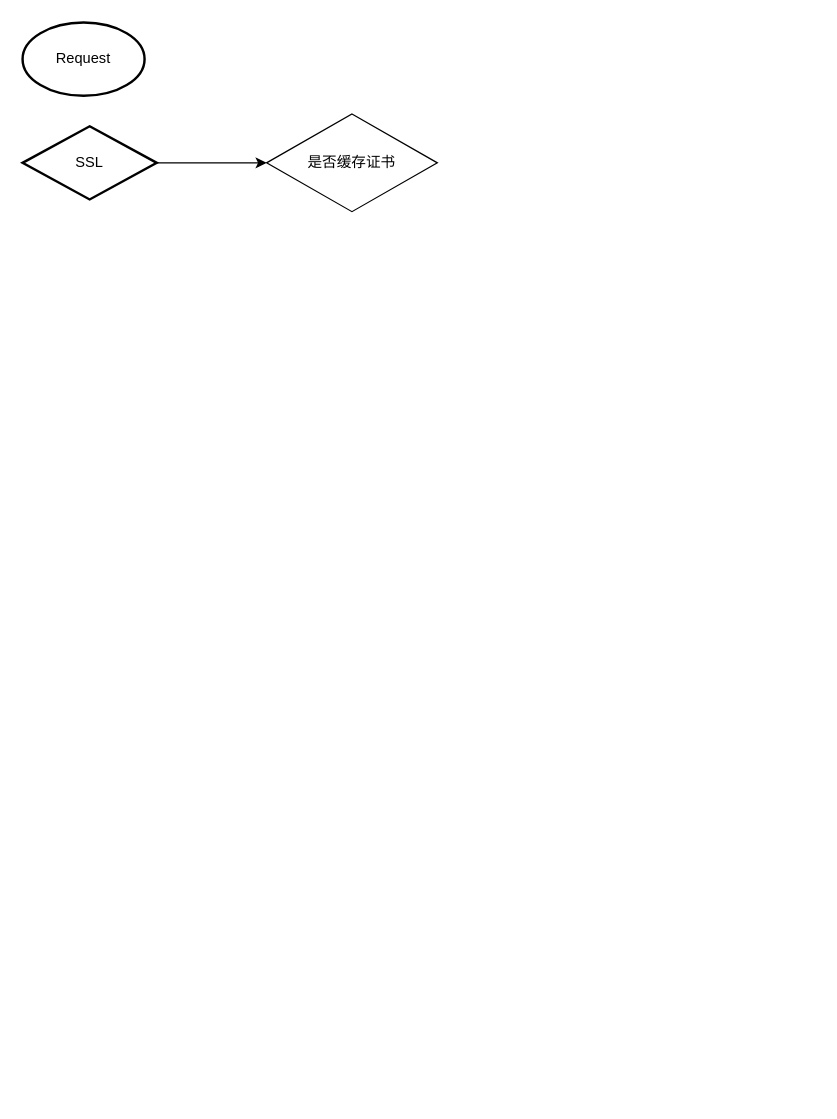
Before: 流程图.drawio in penndev/wafcdn, a draw.io diagram. Source tidied: cells renumbered, new cells numbered last; positions are measured from the earlier drawing's top-left corner, leaving out a move shared by most shapes. Both pictures are drawn from the tidied source at 122%, with x=0, y=0 at pixel (22, 22).
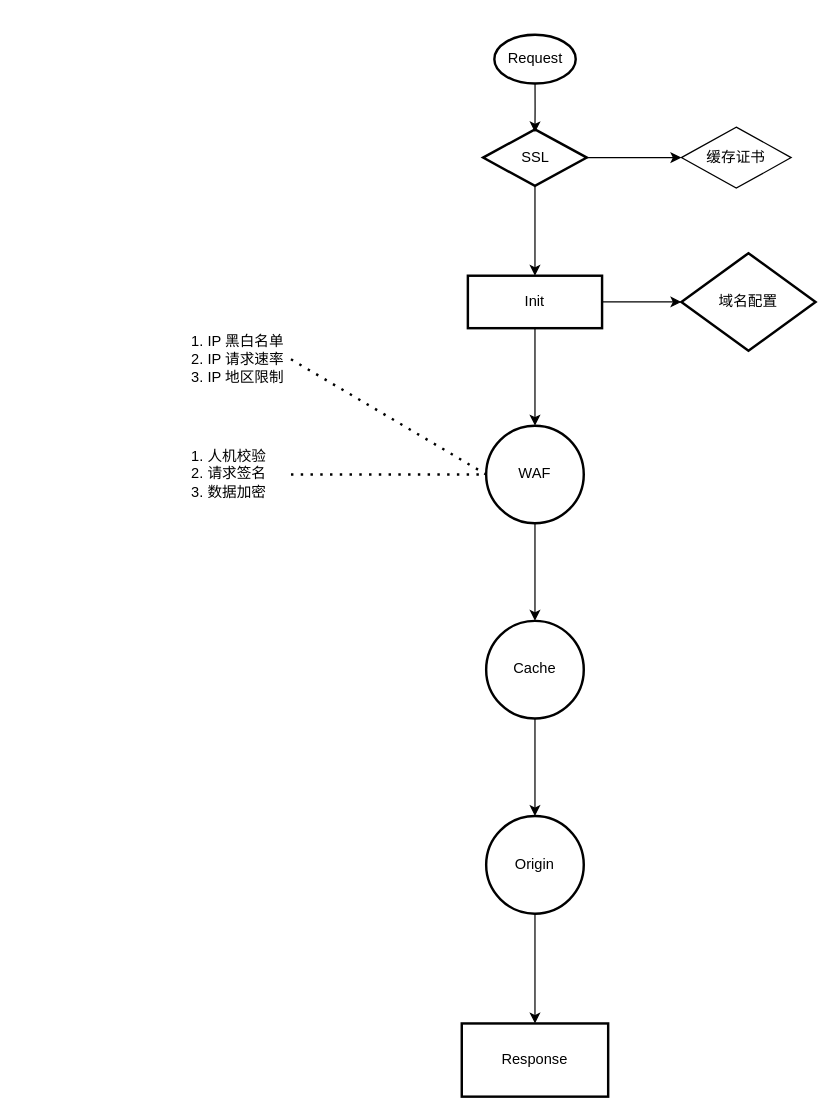
Above is the later version.

Change to the diagram source:
```diff
@@
-    <mxCell id="2" value="Request" style="strokeWidth=2;html=1;shape=mxgraph.flowchart.start_1;whiteSpace=wrap;" parent="1" vertex="1">
-      <mxGeometry width="100" height="60" as="geometry" />
+    <mxCell id="2" value="Request" style="strokeWidth=2;html=1;shape=mxgraph.flowchart.start_1;whiteSpace=wrap;labelBackgroundColor=none;" parent="1" vertex="1">
+      <mxGeometry x="386.7" y="10" width="66.7" height="40" as="geometry" />
     </mxCell>
-    <mxCell id="3" style="edgeStyle=orthogonalEdgeStyle;rounded=0;jettySize=auto;html=1;" parent="1" edge="1" source="4" target="5">
+    <mxCell id="3" style="edgeStyle=orthogonalEdgeStyle;rounded=0;jettySize=auto;html=1;labelBackgroundColor=none;fontColor=default;" parent="1" edge="1" source="4" target="5">
       <mxGeometry relative="1" as="geometry" />
     </mxCell>
+    <mxCell id="6" style="edgeStyle=orthogonalEdgeStyle;rounded=0;jettySize=auto;html=1;" parent="1" edge="1" source="4" target="9">
+      <mxGeometry relative="1" as="geometry" />
+    </mxCell>
-    <mxCell id="4" value="SSL" style="strokeWidth=2;html=1;shape=mxgraph.flowchart.decision;whiteSpace=wrap;" parent="1" vertex="1">
-      <mxGeometry y="85" width="110" height="60" as="geometry" />
+    <mxCell id="4" value="SSL" style="strokeWidth=2;html=1;shape=mxgraph.flowchart.decision;whiteSpace=wrap;labelBackgroundColor=none;" parent="1" vertex="1">
+      <mxGeometry x="377.5" y="87.5" width="85" height="46.4" as="geometry" />
     </mxCell>
-    <mxCell id="5" value="是否缓存证书" style="rhombus;whiteSpace=wrap;html=1;" parent="1" vertex="1">
-      <mxGeometry x="200" y="75" width="140" height="80" as="geometry" />
+    <mxCell id="5" value="缓存证书" style="rhombus;whiteSpace=wrap;html=1;labelBackgroundColor=none;" parent="1" vertex="1">
+      <mxGeometry x="540" y="85.7" width="90" height="50" as="geometry" />
     </mxCell>
+    <mxCell id="7" style="edgeStyle=orthogonalEdgeStyle;rounded=0;jettySize=auto;html=1;" parent="1" edge="1" source="9" target="11">
+      <mxGeometry relative="1" as="geometry" />
+    </mxCell>
+    <mxCell id="8" style="edgeStyle=orthogonalEdgeStyle;rounded=0;jettySize=auto;html=1;" parent="1" edge="1" source="9" target="13">
+      <mxGeometry relative="1" as="geometry" />
+    </mxCell>
+    <mxCell id="9" value="Init" style="whiteSpace=wrap;html=1;strokeWidth=2;labelBackgroundColor=none;align=center;" parent="1" vertex="1">
+      <mxGeometry x="365" y="207.5" width="110" height="43" as="geometry" />
+    </mxCell>
+    <mxCell id="10" style="edgeStyle=orthogonalEdgeStyle;rounded=0;jettySize=auto;html=1;exitX=0.5;exitY=1;exitDx=0;exitDy=0;exitPerimeter=0;" parent="1" edge="1" source="2">
+      <mxGeometry relative="1" as="geometry">
+        <mxPoint x="420" y="90" as="targetPoint" />
+      </mxGeometry>
+    </mxCell>
+    <mxCell id="11" value="域名配置" style="rhombus;whiteSpace=wrap;html=1;strokeWidth=2;labelBackgroundColor=none;" parent="1" vertex="1">
+      <mxGeometry x="540" y="189" width="110" height="80" as="geometry" />
+    </mxCell>
+    <mxCell id="12" style="edgeStyle=orthogonalEdgeStyle;rounded=0;jettySize=auto;html=1;" parent="1" edge="1" source="13" target="15">
+      <mxGeometry relative="1" as="geometry" />
+    </mxCell>
+    <mxCell id="13" value="WAF" style="ellipse;whiteSpace=wrap;html=1;strokeWidth=2;labelBackgroundColor=none;" parent="1" vertex="1">
+      <mxGeometry x="380" y="330.4" width="80" height="80" as="geometry" />
+    </mxCell>
+    <mxCell id="14" style="edgeStyle=orthogonalEdgeStyle;rounded=0;jettySize=auto;html=1;" parent="1" edge="1" source="15" target="17">
+      <mxGeometry relative="1" as="geometry" />
+    </mxCell>
+    <mxCell id="15" value="Cache" style="ellipse;whiteSpace=wrap;html=1;strokeWidth=2;labelBackgroundColor=none;" parent="1" vertex="1">
+      <mxGeometry x="380" y="490.4" width="80" height="80" as="geometry" />
+    </mxCell>
+    <mxCell id="16" style="edgeStyle=orthogonalEdgeStyle;rounded=0;jettySize=auto;html=1;" parent="1" edge="1" source="17" target="18">
+      <mxGeometry relative="1" as="geometry" />
+    </mxCell>
+    <mxCell id="17" value="Origin" style="ellipse;whiteSpace=wrap;html=1;strokeWidth=2;labelBackgroundColor=none;" parent="1" vertex="1">
+      <mxGeometry x="380" y="650.4" width="80" height="80" as="geometry" />
+    </mxCell>
+    <mxCell id="18" value="Response" style="whiteSpace=wrap;html=1;strokeWidth=2;labelBackgroundColor=none;" parent="1" vertex="1">
+      <mxGeometry x="360" y="820.4" width="120" height="60" as="geometry" />
+    </mxCell>
+    <mxCell id="19" value="&lt;ol&gt;&lt;li style=&quot;&quot;&gt;IP 黑白名单&lt;/li&gt;&lt;li style=&quot;&quot;&gt;IP 请求速率&lt;/li&gt;&lt;li style=&quot;&quot;&gt;IP 地区限制&lt;/li&gt;&lt;/ol&gt;" style="text;strokeColor=none;fillColor=none;html=1;whiteSpace=wrap;verticalAlign=middle;overflow=hidden;align=left;" parent="1" vertex="1">
+      <mxGeometry x="110" y="236" width="110" height="80" as="geometry" />
+    </mxCell>
+    <mxCell id="20" style="endArrow=none;dashed=1;html=1;dashPattern=1 3;strokeWidth=2;rounded=0;entryX=0;entryY=0.5;entryDx=0;entryDy=0;exitX=1;exitY=0.5;exitDx=0;exitDy=0;" parent="1" edge="1" source="19" target="13">
+      <mxGeometry relative="1" as="geometry" />
+    </mxCell>
+    <mxCell id="21" value="&lt;ol&gt;&lt;li style=&quot;&quot;&gt;人机校验&lt;/li&gt;&lt;li style=&quot;&quot;&gt;请求签名&lt;/li&gt;&lt;li style=&quot;&quot;&gt;数据加密&lt;/li&gt;&lt;/ol&gt;" style="text;strokeColor=none;fillColor=none;html=1;whiteSpace=wrap;verticalAlign=middle;overflow=hidden;align=left;" parent="1" vertex="1">
+      <mxGeometry x="110" y="330.4" width="110" height="80" as="geometry" />
+    </mxCell>
+    <mxCell id="22" style="endArrow=none;dashed=1;html=1;dashPattern=1 3;strokeWidth=2;rounded=0;entryX=0;entryY=0.5;entryDx=0;entryDy=0;exitX=1;exitY=0.5;exitDx=0;exitDy=0;" parent="1" edge="1" source="21" target="13">
+      <mxGeometry relative="1" as="geometry" />
+    </mxCell>
```
